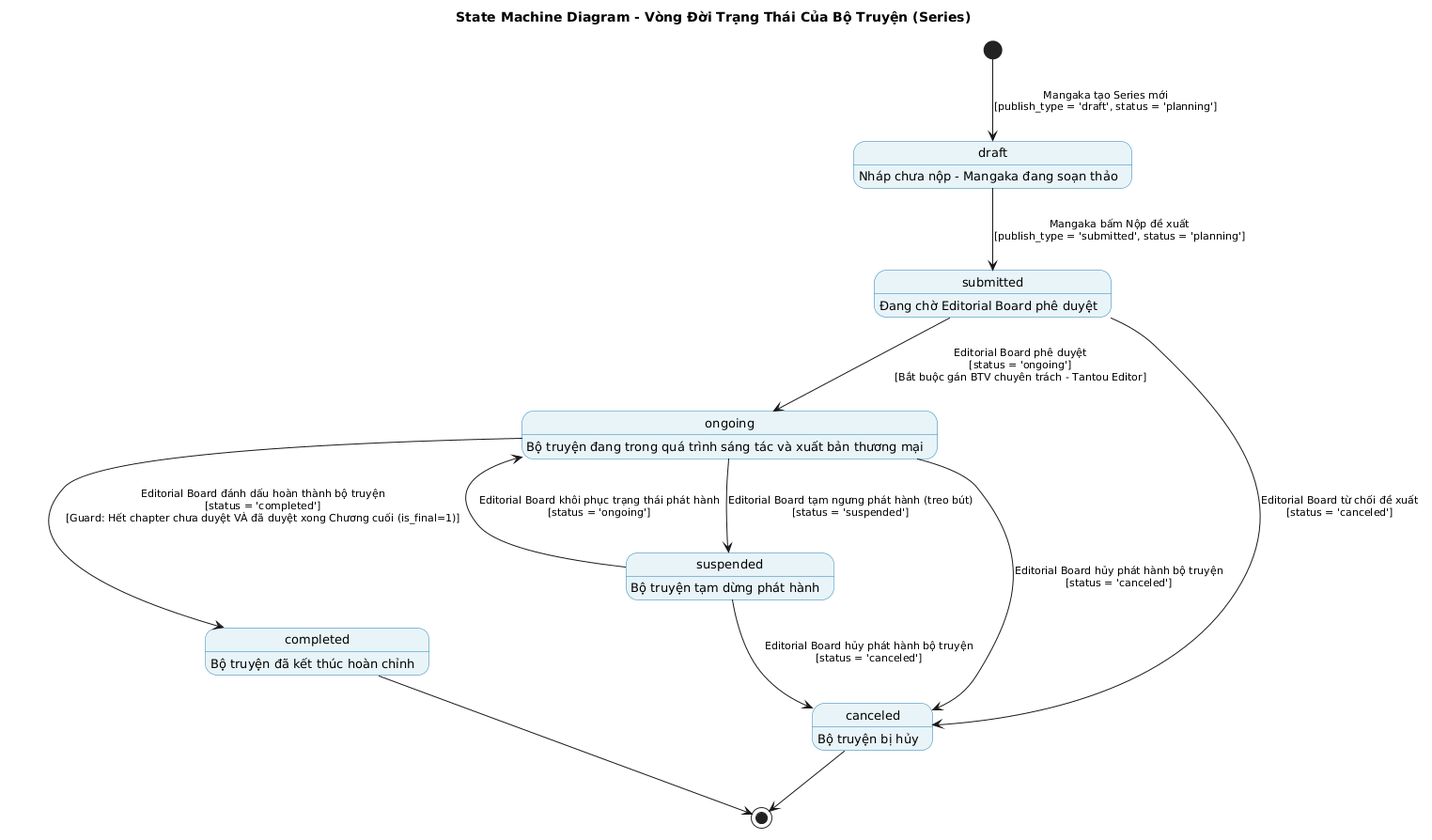
trongtan0079/manga-workflow-report keeps this PlantUML diagram as assets/diagrams/Chapter3_IMAGE/State_Machine_Series.png. Above is the earlier version.
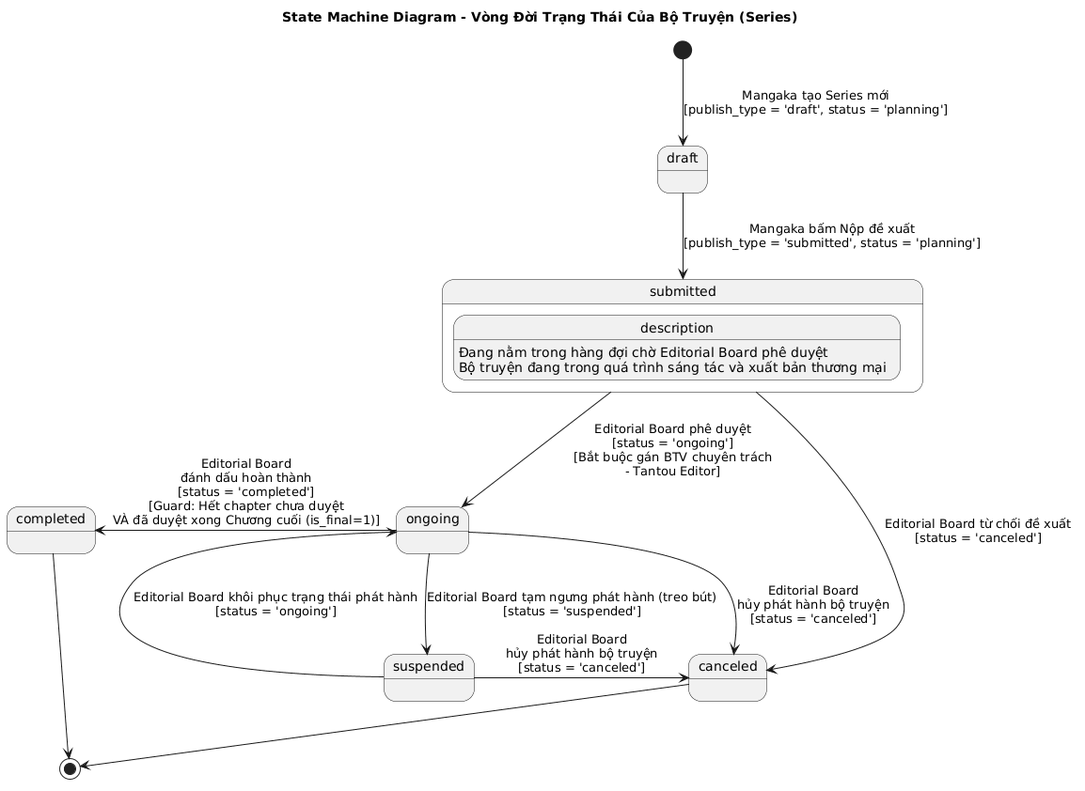
After the change.

The edit, as a diff of the source:
```diff
@@ -3,43 +3,33 @@
 
 skinparam backgroundColor white
 skinparam shadowing false
-skinparam state {
-    BackgroundColor #E8F4F8
-    BorderColor #2980B9
-    FontSize 13
-}
-skinparam ArrowFontSize 11
 
 [*] --> draft : Mangaka tạo Series mới\n[publish_type = 'draft', status = 'planning']
 
-draft : Nháp chưa nộp - Mangaka đang soạn thảo
-
 draft --> submitted : Mangaka bấm Nộp đề xuất\n[publish_type = 'submitted', status = 'planning']
 
-submitted : Đang chờ Editorial Board phê duyệt
+state submitted {
+    description : Đang nằm trong hàng đợi chờ Editorial Board phê duyệt
+}
 
-submitted --> ongoing : Editorial Board phê duyệt\n[status = 'ongoing']\n[Bắt buộc gán BTV chuyên trách - Tantou Editor]
+submitted -down-> ongoing : Editorial Board phê duyệt\n[status = 'ongoing']\n[Bắt buộc gán BTV chuyên trách\n- Tantou Editor]
 
-submitted --> canceled : Editorial Board từ chối đề xuất\n[status = 'canceled']
+submitted -right-> canceled : Editorial Board từ chối đề xuất\n[status = 'canceled']
 
-ongoing : Bộ truyện đang trong quá trình sáng tác và xuất bản thương mại
+state ongoing {
+    description : Bộ truyện đang trong quá trình sáng tác và xuất bản thương mại
+}
 
-ongoing --> suspended : Editorial Board tạm ngưng phát hành (treo bút)\n[status = 'suspended']
+ongoing -down-> suspended : Editorial Board tạm ngưng phát hành (treo bút)\n[status = 'suspended']
 
-suspended : Bộ truyện tạm dừng phát hành
+suspended -up-> ongoing : Editorial Board khôi phục trạng thái phát hành\n[status = 'ongoing']
 
-suspended --> ongoing : Editorial Board khôi phục trạng thái phát hành\n[status = 'ongoing']
+ongoing -left-> completed : Editorial Board\nđánh dấu hoàn thành\n[status = 'completed']\n[Guard: Hết chapter chưa duyệt\nVÀ đã duyệt xong Chương cuối (is_final=1)]
 
-ongoing --> completed : Editorial Board đánh dấu hoàn thành bộ truyện\n[status = 'completed']\n[Guard: Hết chapter chưa duyệt VÀ đã duyệt xong Chương cuối (is_final=1)]
+ongoing -right-> canceled : Editorial Board\nhủy phát hành bộ truyện\n[status = 'canceled']
 
-ongoing --> canceled : Editorial Board hủy phát hành bộ truyện\n[status = 'canceled']
+suspended -right-> canceled : Editorial Board\nhủy phát hành bộ truyện\n[status = 'canceled']
 
-suspended --> canceled : Editorial Board hủy phát hành bộ truyện\n[status = 'canceled']
-
-completed : Bộ truyện đã kết thúc hoàn chỉnh
-
-canceled : Bộ truyện bị hủy
-
-completed --> [*]
-canceled --> [*]
+completed -down-> [*]
+canceled -down-> [*]
 @enduml
```
